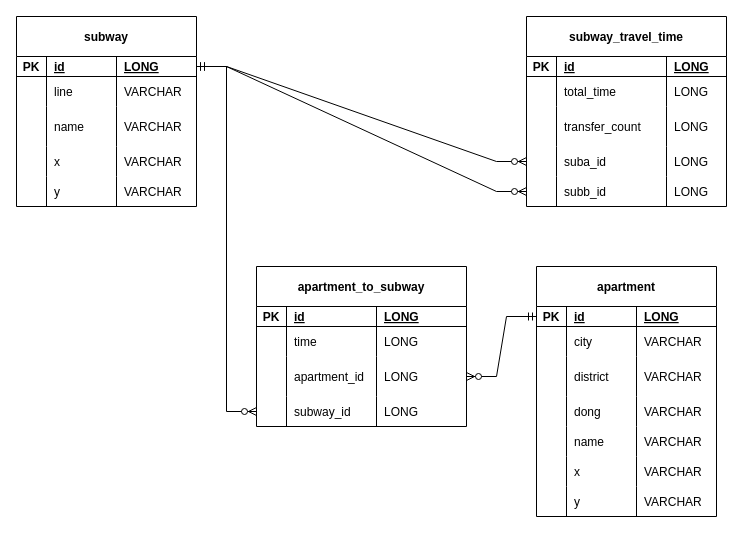
Above: diagrams/제목 없는 다이어그램.drawio in k-ms1998/HomeFinder (draw.io), before the change. Source tidied: cells renumbered, new cells numbered last; positions are measured from the earlier drawing's top-left corner, leaving out a move shared by most shapes. Both pictures are drawn from the tidied source at 100%, with x=0, y=0 at pixel (16, 16).
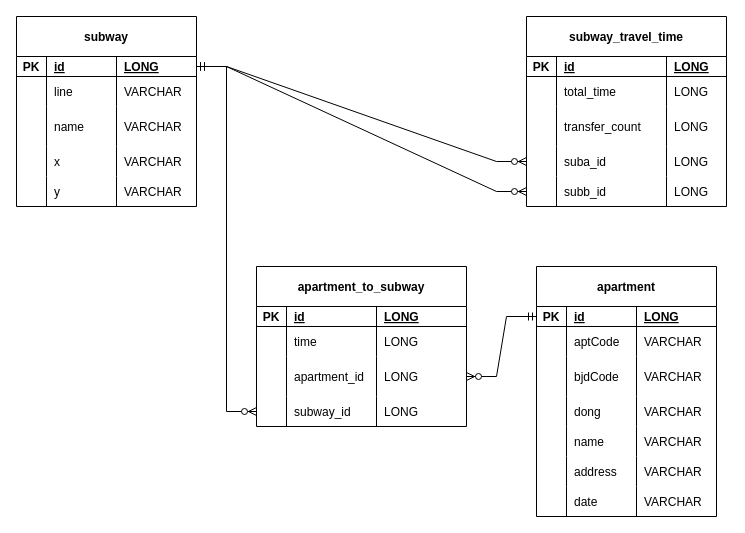
After the change.

Commit message:
ERD 업데이트

The change refers to these unchanged cells:
```xml
<mxCell id="50" style="shape=partialRectangle;fillColor=none;top=0;left=0;right=0;bottom=0;" parent="45" vertex="1">
  <mxGeometry y="60" width="180" height="30" as="geometry" />
</mxCell>
<mxCell id="54" style="shape=partialRectangle;fillColor=none;top=0;left=0;right=0;bottom=0;" parent="45" vertex="1">
  <mxGeometry y="90" width="180" height="40" as="geometry" />
</mxCell>
<mxCell id="66" style="shape=partialRectangle;fillColor=none;top=0;left=0;right=0;bottom=0;" parent="45" vertex="1">
  <mxGeometry y="190" width="180" height="30" as="geometry" />
</mxCell>
<mxCell id="70" style="shape=partialRectangle;fillColor=none;top=0;left=0;right=0;bottom=0;" parent="45" vertex="1">
  <mxGeometry y="220" width="180" height="30" as="geometry" />
</mxCell>
```

Change to the diagram source:
```diff
@@
-    <mxCell id="52" value="city" style="shape=partialRectangle;overflow=hidden;fillColor=none;top=0;left=0;bottom=0;right=0;align=left;spacingLeft=6;" parent="50" vertex="1">
+    <mxCell id="52" value="aptCode" style="shape=partialRectangle;overflow=hidden;fillColor=none;top=0;left=0;bottom=0;right=0;align=left;spacingLeft=6;" parent="50" vertex="1">
       <mxGeometry x="30" width="70" height="30" as="geometry" />
     </mxCell>
@@
-    <mxCell id="56" value="district" style="shape=partialRectangle;overflow=hidden;fillColor=none;top=0;left=0;bottom=0;right=0;align=left;spacingLeft=6;" parent="54" vertex="1">
+    <mxCell id="56" value="bjdCode" style="shape=partialRectangle;overflow=hidden;fillColor=none;top=0;left=0;bottom=0;right=0;align=left;spacingLeft=6;" parent="54" vertex="1">
       <mxGeometry x="30" width="70" height="40" as="geometry" />
     </mxCell>
@@
-    <mxCell id="68" value="x" style="shape=partialRectangle;overflow=hidden;fillColor=none;top=0;left=0;bottom=0;right=0;align=left;spacingLeft=6;" parent="66" vertex="1">
+    <mxCell id="68" value="address" style="shape=partialRectangle;overflow=hidden;fillColor=none;top=0;left=0;bottom=0;right=0;align=left;spacingLeft=6;" parent="66" vertex="1">
       <mxGeometry x="30" width="70" height="30" as="geometry" />
     </mxCell>
@@
-    <mxCell id="72" value="y" style="shape=partialRectangle;overflow=hidden;fillColor=none;top=0;left=0;bottom=0;right=0;align=left;spacingLeft=6;" parent="70" vertex="1">
+    <mxCell id="72" value="date" style="shape=partialRectangle;overflow=hidden;fillColor=none;top=0;left=0;bottom=0;right=0;align=left;spacingLeft=6;" parent="70" vertex="1">
       <mxGeometry x="30" width="70" height="30" as="geometry" />
     </mxCell>
```
